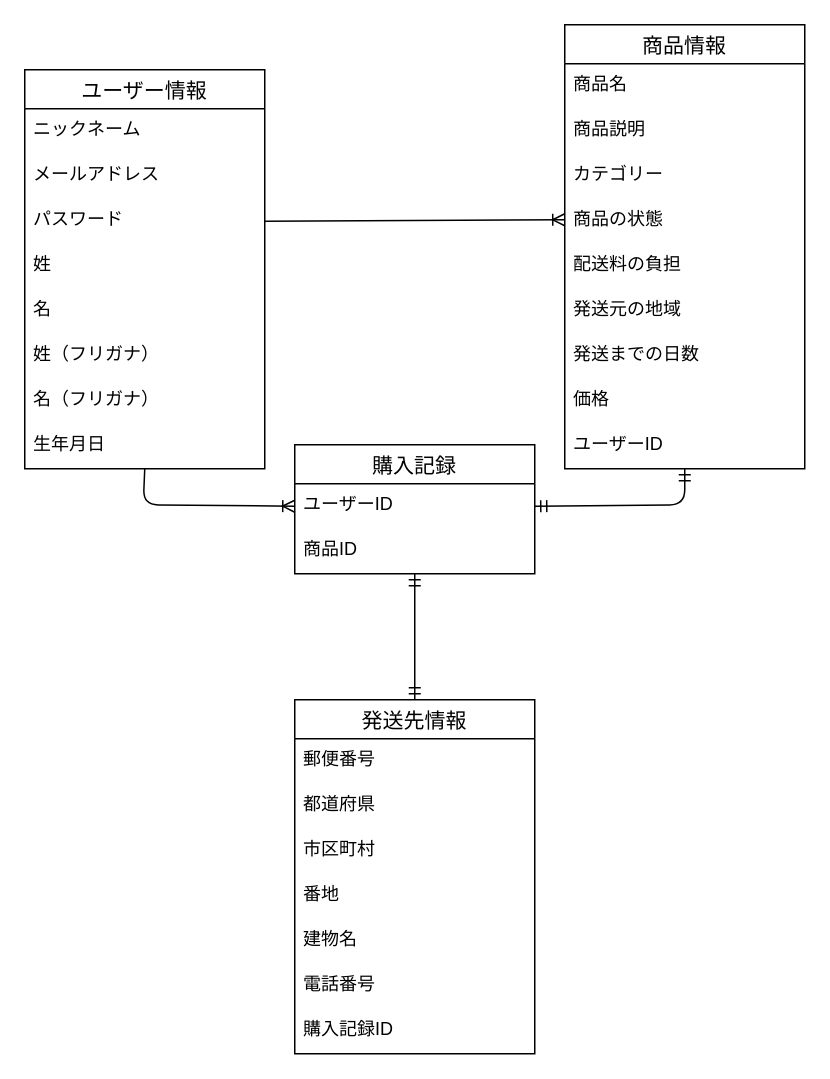
The draw.io diagram test.dio in kim4ky/furima-40347, before the edit. Source tidied: cells renumbered, new cells numbered last; positions are measured from the earlier drawing's top-left corner, leaving out a move shared by most shapes. Both pictures are drawn from the tidied source at 150%, with x=0, y=0 at pixel (24, 24).
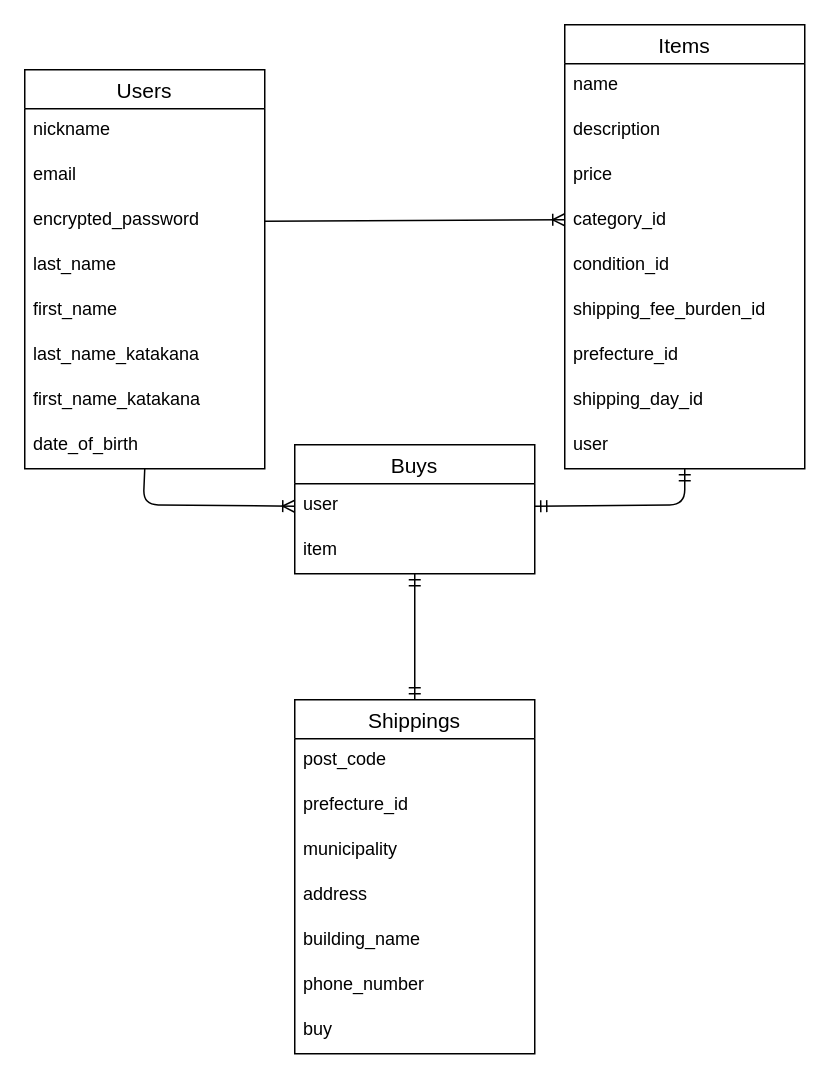
Above is the later version.

What changed in the source:
```diff
@@
-    <mxCell id="2" value="ユーザー情報" style="swimlane;fontStyle=0;horizontal=1;startSize=26;align=center;fontSize=14;" parent="1" vertex="1">
+    <mxCell id="2" value="Users" style="swimlane;fontStyle=0;horizontal=1;startSize=26;align=center;fontSize=14;" parent="1" vertex="1">
       <mxGeometry y="30" width="160" height="266" as="geometry" />
     </mxCell>
-    <mxCell id="3" value="ニックネーム" style="text;strokeColor=none;fillColor=none;spacingLeft=4;spacingRight=4;overflow=hidden;fontSize=12;" parent="2" vertex="1">
+    <mxCell id="3" value="nickname" style="text;strokeColor=none;fillColor=none;spacingLeft=4;spacingRight=4;overflow=hidden;fontSize=12;" parent="2" vertex="1">
       <mxGeometry y="26" width="160" height="30" as="geometry" />
     </mxCell>
-    <mxCell id="4" value="メールアドレス" style="text;strokeColor=none;fillColor=none;spacingLeft=4;spacingRight=4;overflow=hidden;fontSize=12;" parent="2" vertex="1">
+    <mxCell id="4" value="email" style="text;strokeColor=none;fillColor=none;spacingLeft=4;spacingRight=4;overflow=hidden;fontSize=12;" parent="2" vertex="1">
       <mxGeometry y="56" width="160" height="30" as="geometry" />
     </mxCell>
-    <mxCell id="5" value="パスワード" style="text;strokeColor=none;fillColor=none;spacingLeft=4;spacingRight=4;overflow=hidden;points=[[0,0.5],[1,0.5]];portConstraint=eastwest;fontSize=12;" parent="2" vertex="1">
+    <mxCell id="5" value="encrypted_password" style="text;strokeColor=none;fillColor=none;spacingLeft=4;spacingRight=4;overflow=hidden;points=[[0,0.5],[1,0.5]];portConstraint=eastwest;fontSize=12;" parent="2" vertex="1">
       <mxGeometry y="86" width="160" height="30" as="geometry" />
     </mxCell>
-    <mxCell id="6" value="姓" style="text;strokeColor=none;fillColor=none;spacingLeft=4;spacingRight=4;overflow=hidden;fontSize=12;" parent="2" vertex="1">
+    <mxCell id="6" value="last_name" style="text;strokeColor=none;fillColor=none;spacingLeft=4;spacingRight=4;overflow=hidden;fontSize=12;" parent="2" vertex="1">
       <mxGeometry y="116" width="160" height="30" as="geometry" />
     </mxCell>
-    <mxCell id="7" value="名" style="text;strokeColor=none;fillColor=none;spacingLeft=4;spacingRight=4;overflow=hidden;fontSize=12;" parent="2" vertex="1">
+    <mxCell id="7" value="first_name" style="text;strokeColor=none;fillColor=none;spacingLeft=4;spacingRight=4;overflow=hidden;fontSize=12;" parent="2" vertex="1">
       <mxGeometry y="146" width="160" height="30" as="geometry" />
     </mxCell>
-    <mxCell id="8" value="姓（フリガナ）" style="text;strokeColor=none;fillColor=none;spacingLeft=4;spacingRight=4;overflow=hidden;fontSize=12;" parent="2" vertex="1">
+    <mxCell id="8" value="last_name_katakana" style="text;strokeColor=none;fillColor=none;spacingLeft=4;spacingRight=4;overflow=hidden;fontSize=12;" parent="2" vertex="1">
       <mxGeometry y="176" width="160" height="30" as="geometry" />
     </mxCell>
-    <mxCell id="9" value="名（フリガナ）" style="text;strokeColor=none;fillColor=none;spacingLeft=4;spacingRight=4;overflow=hidden;fontSize=12;" parent="2" vertex="1">
+    <mxCell id="9" value="first_name_katakana" style="text;strokeColor=none;fillColor=none;spacingLeft=4;spacingRight=4;overflow=hidden;fontSize=12;" parent="2" vertex="1">
       <mxGeometry y="206" width="160" height="30" as="geometry" />
     </mxCell>
-    <mxCell id="10" value="生年月日" style="text;strokeColor=none;fillColor=none;spacingLeft=4;spacingRight=4;overflow=hidden;points=[[0,0.5],[1,0.5]];portConstraint=eastwest;fontSize=12;" parent="2" vertex="1">
+    <mxCell id="10" value="date_of_birth" style="text;strokeColor=none;fillColor=none;spacingLeft=4;spacingRight=4;overflow=hidden;points=[[0,0.5],[1,0.5]];portConstraint=eastwest;fontSize=12;" parent="2" vertex="1">
       <mxGeometry y="236" width="160" height="30" as="geometry" />
     </mxCell>
-    <mxCell id="11" value="商品情報" style="swimlane;fontStyle=0;horizontal=1;startSize=26;align=center;fontSize=14;" parent="1" vertex="1">
+    <mxCell id="11" value="Items" style="swimlane;fontStyle=0;horizontal=1;startSize=26;align=center;fontSize=14;" parent="1" vertex="1">
       <mxGeometry x="360" width="160" height="296" as="geometry" />
     </mxCell>
-    <mxCell id="12" value="商品名" style="text;strokeColor=none;fillColor=none;spacingLeft=4;spacingRight=4;overflow=hidden;fontSize=12;" parent="11" vertex="1">
+    <mxCell id="12" value="name" style="text;strokeColor=none;fillColor=none;spacingLeft=4;spacingRight=4;overflow=hidden;fontSize=12;" parent="11" vertex="1">
       <mxGeometry y="26" width="160" height="30" as="geometry" />
     </mxCell>
-    <mxCell id="13" value="商品説明" style="text;strokeColor=none;fillColor=none;spacingLeft=4;spacingRight=4;overflow=hidden;fontSize=12;" parent="11" vertex="1">
+    <mxCell id="13" value="description" style="text;strokeColor=none;fillColor=none;spacingLeft=4;spacingRight=4;overflow=hidden;fontSize=12;" parent="11" vertex="1">
       <mxGeometry y="56" width="160" height="30" as="geometry" />
     </mxCell>
+    <mxCell id="19" value="price" style="text;strokeColor=none;fillColor=none;spacingLeft=4;spacingRight=4;overflow=hidden;fontSize=12;" parent="11" vertex="1">
+      <mxGeometry y="86" width="160" height="30" as="geometry" />
+    </mxCell>
-    <mxCell id="14" value="カテゴリー" style="text;strokeColor=none;fillColor=none;spacingLeft=4;spacingRight=4;overflow=hidden;fontSize=12;" parent="11" vertex="1">
-      <mxGeometry y="86" width="160" height="30" as="geometry" />
+    <mxCell id="14" value="category_id" style="text;strokeColor=none;fillColor=none;spacingLeft=4;spacingRight=4;overflow=hidden;fontSize=12;" parent="11" vertex="1">
+      <mxGeometry y="116" width="160" height="30" as="geometry" />
     </mxCell>
-    <mxCell id="15" value="商品の状態" style="text;strokeColor=none;fillColor=none;spacingLeft=4;spacingRight=4;overflow=hidden;fontSize=12;" parent="11" vertex="1">
-      <mxGeometry y="116" width="160" height="30" as="geometry" />
+    <mxCell id="15" value="condition_id" style="text;strokeColor=none;fillColor=none;spacingLeft=4;spacingRight=4;overflow=hidden;fontSize=12;" parent="11" vertex="1">
+      <mxGeometry y="146" width="160" height="30" as="geometry" />
     </mxCell>
-    <mxCell id="16" value="配送料の負担" style="text;strokeColor=none;fillColor=none;spacingLeft=4;spacingRight=4;overflow=hidden;fontSize=12;" parent="11" vertex="1">
-      <mxGeometry y="146" width="160" height="30" as="geometry" />
+    <mxCell id="16" value="shipping_fee_burden_id" style="text;strokeColor=none;fillColor=none;spacingLeft=4;spacingRight=4;overflow=hidden;fontSize=12;" parent="11" vertex="1">
+      <mxGeometry y="176" width="160" height="30" as="geometry" />
     </mxCell>
-    <mxCell id="17" value="発送元の地域" style="text;strokeColor=none;fillColor=none;spacingLeft=4;spacingRight=4;overflow=hidden;fontSize=12;" parent="11" vertex="1">
-      <mxGeometry y="176" width="160" height="30" as="geometry" />
+    <mxCell id="17" value="prefecture_id" style="text;strokeColor=none;fillColor=none;spacingLeft=4;spacingRight=4;overflow=hidden;fontSize=12;" parent="11" vertex="1">
+      <mxGeometry y="206" width="160" height="30" as="geometry" />
     </mxCell>
-    <mxCell id="18" value="発送までの日数" style="text;strokeColor=none;fillColor=none;spacingLeft=4;spacingRight=4;overflow=hidden;fontSize=12;" parent="11" vertex="1">
-      <mxGeometry y="206" width="160" height="30" as="geometry" />
+    <mxCell id="18" value="shipping_day_id" style="text;strokeColor=none;fillColor=none;spacingLeft=4;spacingRight=4;overflow=hidden;fontSize=12;" parent="11" vertex="1">
+      <mxGeometry y="236" width="160" height="30" as="geometry" />
     </mxCell>
-    <mxCell id="19" value="価格" style="text;strokeColor=none;fillColor=none;spacingLeft=4;spacingRight=4;overflow=hidden;fontSize=12;" parent="11" vertex="1">
-      <mxGeometry y="236" width="160" height="30" as="geometry" />
-    </mxCell>
-    <mxCell id="20" value="ユーザーID" style="text;strokeColor=none;fillColor=none;spacingLeft=4;spacingRight=4;overflow=hidden;points=[[0,0.5],[1,0.5]];portConstraint=eastwest;fontSize=12;" parent="11" vertex="1">
+    <mxCell id="20" value="user" style="text;strokeColor=none;fillColor=none;spacingLeft=4;spacingRight=4;overflow=hidden;points=[[0,0.5],[1,0.5]];portConstraint=eastwest;fontSize=12;" parent="11" vertex="1">
       <mxGeometry y="266" width="160" height="30" as="geometry" />
     </mxCell>
-    <mxCell id="21" value="購入記録" style="swimlane;fontStyle=0;horizontal=1;startSize=26;align=center;fontSize=14;" parent="1" vertex="1">
+    <mxCell id="21" value="Buys" style="swimlane;fontStyle=0;horizontal=1;startSize=26;align=center;fontSize=14;" parent="1" vertex="1">
       <mxGeometry x="180" y="280" width="160" height="86" as="geometry" />
     </mxCell>
-    <mxCell id="22" value="ユーザーID" style="text;strokeColor=none;fillColor=none;spacingLeft=4;spacingRight=4;overflow=hidden;points=[[0,0.5],[1,0.5]];portConstraint=eastwest;fontSize=12;" parent="21" vertex="1">
+    <mxCell id="22" value="user" style="text;strokeColor=none;fillColor=none;spacingLeft=4;spacingRight=4;overflow=hidden;points=[[0,0.5],[1,0.5]];portConstraint=eastwest;fontSize=12;" parent="21" vertex="1">
       <mxGeometry y="26" width="160" height="30" as="geometry" />
     </mxCell>
-    <mxCell id="23" value="商品ID" style="text;strokeColor=none;fillColor=none;spacingLeft=4;spacingRight=4;overflow=hidden;points=[[0,0.5],[1,0.5]];portConstraint=eastwest;fontSize=12;" parent="21" vertex="1">
+    <mxCell id="23" value="item" style="text;strokeColor=none;fillColor=none;spacingLeft=4;spacingRight=4;overflow=hidden;points=[[0,0.5],[1,0.5]];portConstraint=eastwest;fontSize=12;" parent="21" vertex="1">
       <mxGeometry y="56" width="160" height="30" as="geometry" />
     </mxCell>
-    <mxCell id="24" value="発送先情報" style="swimlane;fontStyle=0;horizontal=1;startSize=26;align=center;fontSize=14;" parent="1" vertex="1">
+    <mxCell id="24" value="Shippings" style="swimlane;fontStyle=0;horizontal=1;startSize=26;align=center;fontSize=14;" parent="1" vertex="1">
       <mxGeometry x="180" y="450" width="160" height="236" as="geometry" />
     </mxCell>
-    <mxCell id="25" value="郵便番号" style="text;strokeColor=none;fillColor=none;spacingLeft=4;spacingRight=4;overflow=hidden;fontSize=12;" parent="24" vertex="1">
+    <mxCell id="25" value="post_code" style="text;strokeColor=none;fillColor=none;spacingLeft=4;spacingRight=4;overflow=hidden;fontSize=12;" parent="24" vertex="1">
       <mxGeometry y="26" width="160" height="30" as="geometry" />
     </mxCell>
-    <mxCell id="26" value="都道府県" style="text;strokeColor=none;fillColor=none;spacingLeft=4;spacingRight=4;overflow=hidden;fontSize=12;" parent="24" vertex="1">
+    <mxCell id="26" value="prefecture_id" style="text;strokeColor=none;fillColor=none;spacingLeft=4;spacingRight=4;overflow=hidden;fontSize=12;" parent="24" vertex="1">
       <mxGeometry y="56" width="160" height="30" as="geometry" />
     </mxCell>
-    <mxCell id="27" value="市区町村" style="text;strokeColor=none;fillColor=none;spacingLeft=4;spacingRight=4;overflow=hidden;fontSize=12;" parent="24" vertex="1">
+    <mxCell id="27" value="municipality" style="text;strokeColor=none;fillColor=none;spacingLeft=4;spacingRight=4;overflow=hidden;fontSize=12;" parent="24" vertex="1">
       <mxGeometry y="86" width="160" height="30" as="geometry" />
     </mxCell>
-    <mxCell id="28" value="番地" style="text;strokeColor=none;fillColor=none;spacingLeft=4;spacingRight=4;overflow=hidden;fontSize=12;" parent="24" vertex="1">
+    <mxCell id="28" value="address" style="text;strokeColor=none;fillColor=none;spacingLeft=4;spacingRight=4;overflow=hidden;fontSize=12;" parent="24" vertex="1">
       <mxGeometry y="116" width="160" height="30" as="geometry" />
     </mxCell>
-    <mxCell id="29" value="建物名" style="text;strokeColor=none;fillColor=none;spacingLeft=4;spacingRight=4;overflow=hidden;fontSize=12;" parent="24" vertex="1">
+    <mxCell id="29" value="building_name" style="text;strokeColor=none;fillColor=none;spacingLeft=4;spacingRight=4;overflow=hidden;fontSize=12;" parent="24" vertex="1">
       <mxGeometry y="146" width="160" height="30" as="geometry" />
     </mxCell>
-    <mxCell id="30" value="電話番号" style="text;strokeColor=none;fillColor=none;spacingLeft=4;spacingRight=4;overflow=hidden;fontSize=12;" parent="24" vertex="1">
+    <mxCell id="30" value="phone_number" style="text;strokeColor=none;fillColor=none;spacingLeft=4;spacingRight=4;overflow=hidden;fontSize=12;" parent="24" vertex="1">
       <mxGeometry y="176" width="160" height="30" as="geometry" />
     </mxCell>
-    <mxCell id="31" value="購入記録ID" style="text;strokeColor=none;fillColor=none;spacingLeft=4;spacingRight=4;overflow=hidden;fontSize=12;" parent="24" vertex="1">
+    <mxCell id="31" value="buy" style="text;strokeColor=none;fillColor=none;spacingLeft=4;spacingRight=4;overflow=hidden;fontSize=12;" parent="24" vertex="1">
       <mxGeometry y="206" width="160" height="30" as="geometry" />
     </mxCell>
```
